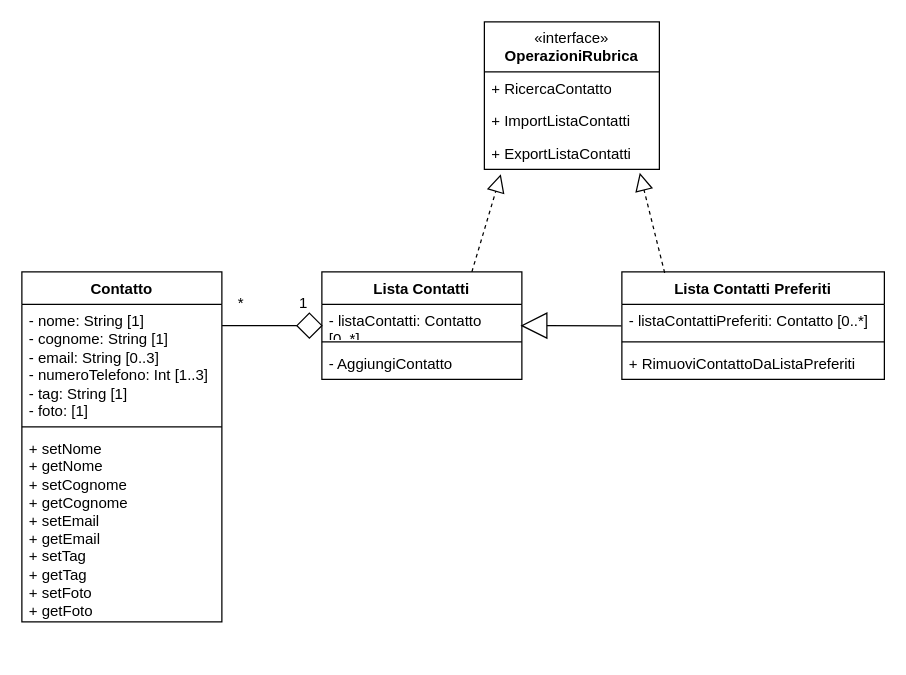
This is Design/1_Class_Diagram_Version2.drawio from GeremiaRusso/ProjectSE_G25, a draw.io file, before an edit. Source tidied: cells renumbered, new cells numbered last; positions are measured from the earlier drawing's top-left corner, leaving out a move shared by most shapes. Both pictures are drawn from the tidied source at 125%, with x=0, y=0 at pixel (21, 21).
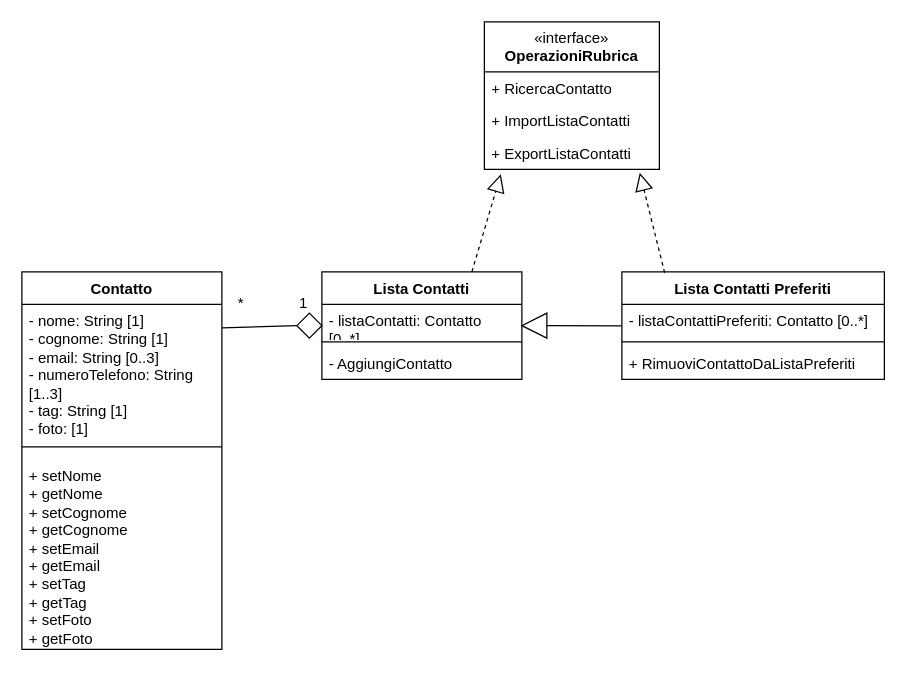
After the change.

Change to the diagram source:
```diff
@@
     <mxCell id="2" value="Contatto" style="swimlane;fontStyle=1;align=center;verticalAlign=top;horizontal=1;startSize=26;whiteSpace=wrap;html=1;" parent="1" vertex="1">
-      <mxGeometry y="200" width="160" height="280" as="geometry" />
+      <mxGeometry y="200" width="160" height="302" as="geometry" />
     </mxCell>
-    <mxCell id="3" value="&lt;div&gt;- nome: String  [1]&lt;/div&gt;&lt;div&gt;- cognome: String  [1]&lt;/div&gt;&lt;div&gt;- email: String  [0..3]&lt;/div&gt;&lt;div&gt;- numeroTelefono: Int [1..3]&lt;/div&gt;&lt;div&gt;- tag: String [1]&lt;/div&gt;&lt;div&gt;- foto: [1]&lt;br&gt;&lt;/div&gt;&lt;div&gt;&lt;br&gt;&lt;/div&gt;&lt;div&gt;&lt;br&gt;&lt;/div&gt;&lt;div&gt;&lt;br&gt;&lt;/div&gt;" style="text;strokeColor=none;fillColor=none;align=left;verticalAlign=top;spacingLeft=4;spacingRight=4;overflow=hidden;points=[[0,0.5],[1,0.5]];portConstraint=eastwest;whiteSpace=wrap;html=1;" parent="2" vertex="1">
-      <mxGeometry y="26" width="160" height="94" as="geometry" />
+    <mxCell id="3" value="&lt;div&gt;- nome: String  [1]&lt;/div&gt;&lt;div&gt;- cognome: String  [1]&lt;/div&gt;&lt;div&gt;- email: String  [0..3]&lt;/div&gt;&lt;div&gt;- numeroTelefono: String [1..3]&lt;/div&gt;&lt;div&gt;- tag: String [1]&lt;/div&gt;&lt;div&gt;- foto: [1]&lt;br&gt;&lt;/div&gt;&lt;div&gt;&lt;br&gt;&lt;/div&gt;&lt;div&gt;&lt;br&gt;&lt;/div&gt;&lt;div&gt;&lt;br&gt;&lt;/div&gt;" style="text;strokeColor=none;fillColor=none;align=left;verticalAlign=top;spacingLeft=4;spacingRight=4;overflow=hidden;points=[[0,0.5],[1,0.5]];portConstraint=eastwest;whiteSpace=wrap;html=1;" parent="2" vertex="1">
+      <mxGeometry y="26" width="160" height="104" as="geometry" />
     </mxCell>
     <mxCell id="4" style="line;strokeWidth=1;fillColor=none;align=left;verticalAlign=middle;spacingTop=-1;spacingLeft=3;spacingRight=3;labelPosition=right;strokeColor=inherit;" parent="2" vertex="1">
-      <mxGeometry y="120" width="160" height="8" as="geometry" />
+      <mxGeometry y="130" width="160" height="20" as="geometry" />
     </mxCell>
     <mxCell id="5" value="&lt;div&gt;+ setNome&lt;/div&gt;&lt;div&gt;+ getNome&lt;/div&gt;&lt;div&gt;+ setCognome&lt;/div&gt;&lt;div&gt;+ getCognome&lt;/div&gt;&lt;div&gt;+ setEmail&lt;/div&gt;&lt;div&gt;+ getEmail&lt;/div&gt;&lt;div&gt;+ setTag&lt;/div&gt;&lt;div&gt;+ getTag&lt;/div&gt;&lt;div&gt;+ setFoto&lt;/div&gt;&lt;div&gt;+ getFoto&lt;/div&gt;&lt;div&gt;&lt;br&gt;&lt;/div&gt;&lt;div&gt;&lt;br&gt;&lt;/div&gt;" style="text;strokeColor=none;fillColor=none;align=left;verticalAlign=top;spacingLeft=4;spacingRight=4;overflow=hidden;whiteSpace=wrap;html=1;" parent="2" vertex="1">
-      <mxGeometry y="128" width="160" height="152" as="geometry" />
+      <mxGeometry y="150" width="160" height="152" as="geometry" />
     </mxCell>
```
